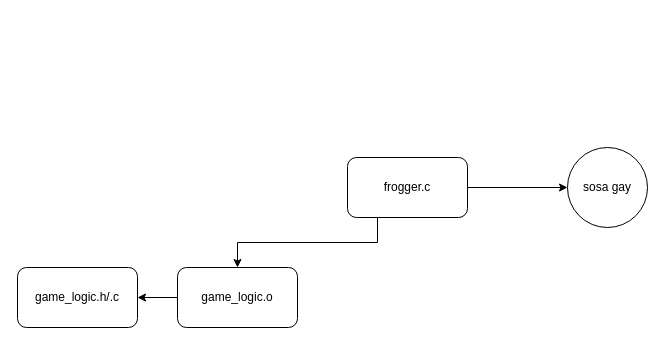
mginhson/TPF keeps this draw.io diagram as FROGGER.drawio. Above is the earlier version. Source tidied: cells renumbered, new cells numbered last; positions are measured from the earlier drawing's top-left corner, leaving out a move shared by most shapes. Both pictures are drawn from the tidied source at 100%, with x=0, y=0 at pixel (17, 147).
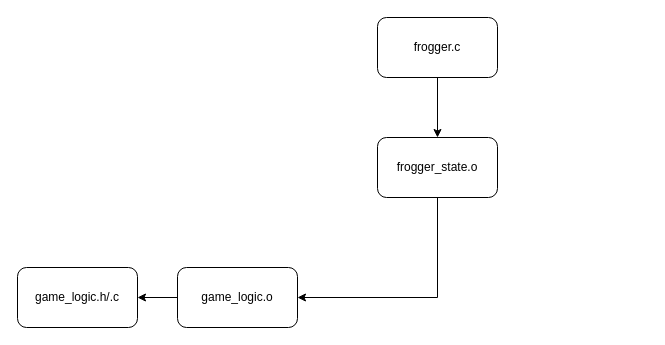
The same diagram, later.

Change to the diagram source:
```diff
@@
 <mxGraphModel>
   <root>
     <mxCell id="0" />
     <mxCell id="1" parent="0" />
-    <mxCell id="2" style="edgeStyle=orthogonalEdgeStyle;rounded=0;jettySize=auto;html=1;exitX=0.25;exitY=1;exitDx=0;exitDy=0;" parent="1" edge="1" source="4" target="6">
-      <mxGeometry relative="1" as="geometry" />
-    </mxCell>
-    <mxCell id="3" style="edgeStyle=orthogonalEdgeStyle;rounded=0;jettySize=auto;html=1;" parent="1" edge="1" source="4" target="7">
-      <mxGeometry relative="1" as="geometry" />
-    </mxCell>
+    <mxCell id="9" style="edgeStyle=orthogonalEdgeStyle;rounded=0;jettySize=auto;html=1;exitX=0.5;exitY=1;exitDx=0;exitDy=0;entryX=0.5;entryY=0;entryDx=0;entryDy=0;" parent="1" edge="1" source="4" target="11">
+      <mxGeometry relative="1" as="geometry" />
+    </mxCell>
     <mxCell id="4" value="frogger.c" style="rounded=1;whiteSpace=wrap;html=1;" parent="1" vertex="1">
-      <mxGeometry x="330" y="10" width="120" height="60" as="geometry" />
+      <mxGeometry x="360" y="-130" width="120" height="60" as="geometry" />
     </mxCell>
     <mxCell id="5" style="edgeStyle=orthogonalEdgeStyle;rounded=0;jettySize=auto;html=1;exitX=0;exitY=0.5;exitDx=0;exitDy=0;entryX=1;entryY=0.5;entryDx=0;entryDy=0;" parent="1" edge="1" source="6" target="8">
       <mxGeometry relative="1" as="geometry" />
     </mxCell>
     <mxCell id="6" value="&lt;div&gt;game_logic.o&lt;/div&gt;" style="rounded=1;whiteSpace=wrap;html=1;" parent="1" vertex="1">
       <mxGeometry x="160" y="120" width="120" height="60" as="geometry" />
     </mxCell>
-    <mxCell id="7" value="sosa gay" style="ellipse;whiteSpace=wrap;html=1;rounded=1;" parent="1" vertex="1">
-      <mxGeometry x="550" width="80" height="80" as="geometry" />
-    </mxCell>
     <mxCell id="8" value="game_logic.h/.c" style="rounded=1;whiteSpace=wrap;html=1;" parent="1" vertex="1">
       <mxGeometry y="120" width="120" height="60" as="geometry" />
     </mxCell>
+    <mxCell id="10" style="edgeStyle=orthogonalEdgeStyle;rounded=0;jettySize=auto;html=1;exitX=0.5;exitY=1;exitDx=0;exitDy=0;entryX=1;entryY=0.5;entryDx=0;entryDy=0;" parent="1" edge="1" source="11" target="6">
+      <mxGeometry relative="1" as="geometry" />
+    </mxCell>
+    <mxCell id="11" value="frogger_state.o" style="rounded=1;whiteSpace=wrap;html=1;" parent="1" vertex="1">
+      <mxGeometry x="360" y="-10" width="120" height="60" as="geometry" />
+    </mxCell>
   </root>
 </mxGraphModel>
```
